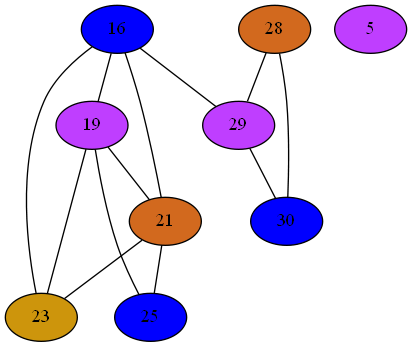
Earlier version of the Graphviz export Compiler/0iGraph.png (mbajaj92/Project-Astoria). Its source is kept beside it as Compiler/0iGraph.dot.
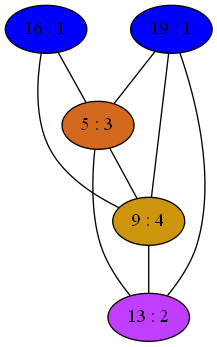
Above is the later version.

What changed in the source:
```diff
@@ -1,35 +1,23 @@
 strict graph {
-16[label="16" style=filled fillcolor="blue1"];
-16 -- 19
-16 -- 21
-16 -- 23
-16 -- 29
-19[label="19" style=filled fillcolor="darkorchid1"];
-19 -- 16
-19 -- 21
-19 -- 23
-19 -- 25
-21[label="21" style=filled fillcolor="chocolate"];
-21 -- 16
-21 -- 19
-21 -- 23
-21 -- 25
-5[label="5" style=filled fillcolor="darkorchid1"];
-23[label="23" style=filled fillcolor="darkgoldenrod3"];
-23 -- 16
-23 -- 19
-23 -- 21
-25[label="25" style=filled fillcolor="blue1"];
-25 -- 19
-25 -- 21
-28[label="28" style=filled fillcolor="chocolate"];
-28 -- 29
-28 -- 30
-29[label="29" style=filled fillcolor="darkorchid1"];
-29 -- 16
-29 -- 28
-29 -- 30
-30[label="30" style=filled fillcolor="blue1"];
-30 -- 28
-30 -- 29
+16[label="16 : 1" style=filled fillcolor="blue1"];
+16 -- 5
+16 -- 9
+19[label="19 : 1" style=filled fillcolor="blue1"];
+19 -- 5
+19 -- 9
+19 -- 13
+5[label="5 : 3" style=filled fillcolor="chocolate"];
+5 -- 16
+5 -- 19
+5 -- 9
+5 -- 13
+9[label="9 : 4" style=filled fillcolor="darkgoldenrod3"];
+9 -- 16
+9 -- 19
+9 -- 5
+9 -- 13
+13[label="13 : 2" style=filled fillcolor="darkorchid1"];
+13 -- 19
+13 -- 5
+13 -- 9
 }
```
